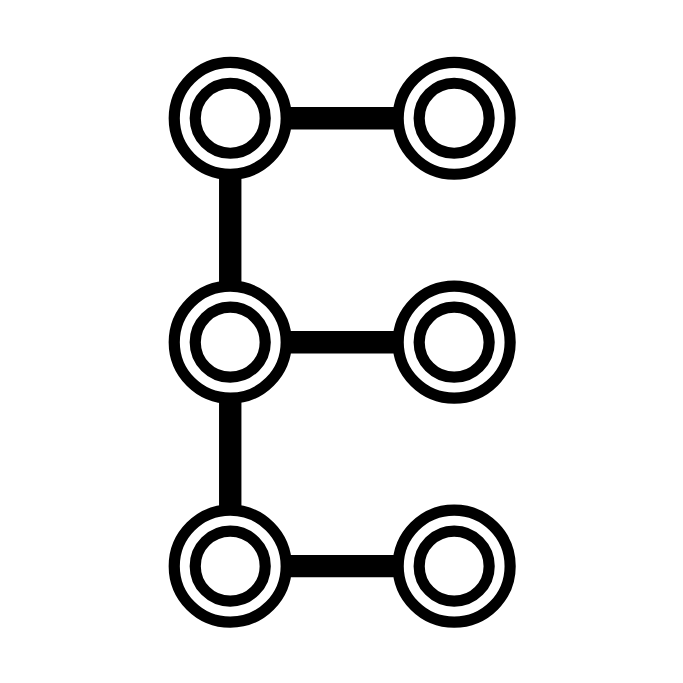
Above: docs/images/logo.drawio.svg in engula/engula (draw.io), before the change. Source tidied: cells renumbered, new cells last; positions are measured from the earlier drawing's top-left corner, leaving out a move shared by most shapes.
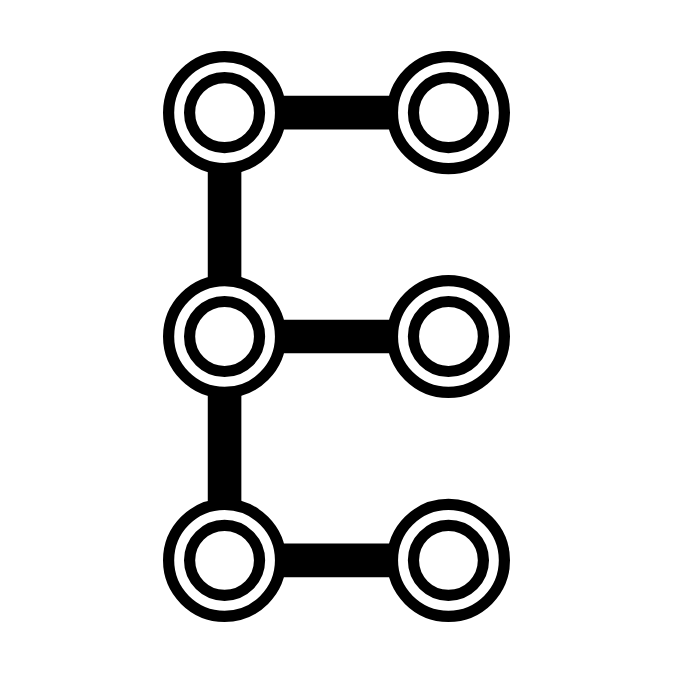
Later version of the same file.

Change to the diagram source:
```diff
@@ -2,62 +2,62 @@
   <root>
     <mxCell id="0" />
     <mxCell id="1" parent="0" />
-    <mxCell id="2" style="rounded=0;whiteSpace=wrap;html=1;shadow=0;strokeWidth=8;fillColor=#FFFFFF;strokeColor=none;" parent="1" vertex="1">
-      <mxGeometry width="480" height="480" as="geometry" />
-    </mxCell>
-    <mxCell id="3" style="group;" parent="1" vertex="1">
-      <mxGeometry x="120" y="40" width="240" height="400" as="geometry" />
-    </mxCell>
+    <mxCell id="21" style="group;" parent="1" vertex="1">
+      <mxGeometry x="80" width="240" height="400" as="geometry" />
+    </mxCell>
-    <mxCell id="4" style="ellipse;whiteSpace=wrap;html=1;strokeWidth=8;sketch=0;shadow=0;" parent="3" vertex="1">
+    <mxCell id="4" style="ellipse;whiteSpace=wrap;html=1;strokeWidth=8;sketch=0;shadow=0;" parent="21" vertex="1">
       <mxGeometry width="80" height="80" as="geometry" />
     </mxCell>
-    <mxCell id="5" style="ellipse;whiteSpace=wrap;html=1;fillColor=none;strokeWidth=8;sketch=0;shadow=0;" parent="3" vertex="1">
+    <mxCell id="5" style="ellipse;whiteSpace=wrap;html=1;fillColor=none;strokeWidth=8;sketch=0;shadow=0;" parent="21" vertex="1">
       <mxGeometry x="15" y="15" width="50" height="50" as="geometry" />
     </mxCell>
-    <mxCell id="6" style="ellipse;whiteSpace=wrap;html=1;strokeWidth=8;sketch=0;shadow=0;" parent="3" vertex="1">
+    <mxCell id="6" style="ellipse;whiteSpace=wrap;html=1;strokeWidth=8;sketch=0;shadow=0;" parent="21" vertex="1">
       <mxGeometry x="160" width="80" height="80" as="geometry" />
     </mxCell>
-    <mxCell id="7" style="edgeStyle=none;rounded=0;jettySize=auto;html=1;exitX=1;exitY=0.5;exitDx=0;exitDy=0;entryX=0;entryY=0.5;entryDx=0;entryDy=0;endArrow=none;endFill=0;strokeWidth=16;sketch=0;shadow=0;" parent="3" edge="1" source="4" target="6">
+    <mxCell id="7" style="edgeStyle=none;rounded=0;jettySize=auto;html=1;exitX=1;exitY=0.5;exitDx=0;exitDy=0;entryX=0;entryY=0.5;entryDx=0;entryDy=0;endArrow=none;endFill=0;strokeWidth=24;sketch=0;shadow=0;" parent="21" edge="1" source="4" target="6">
       <mxGeometry relative="1" as="geometry" />
     </mxCell>
-    <mxCell id="8" style="ellipse;whiteSpace=wrap;html=1;fillColor=none;strokeWidth=8;sketch=0;shadow=0;" parent="3" vertex="1">
+    <mxCell id="8" style="ellipse;whiteSpace=wrap;html=1;fillColor=none;strokeWidth=8;sketch=0;shadow=0;" parent="21" vertex="1">
       <mxGeometry x="175" y="15" width="50" height="50" as="geometry" />
     </mxCell>
-    <mxCell id="9" style="rounded=0;jettySize=auto;html=1;exitX=0.5;exitY=0;exitDx=0;exitDy=0;entryX=0.5;entryY=1;entryDx=0;entryDy=0;endArrow=none;endFill=0;strokeWidth=16;sketch=0;shadow=0;" parent="3" edge="1" source="10" target="4">
+    <mxCell id="9" style="rounded=0;jettySize=auto;html=1;exitX=0.5;exitY=0;exitDx=0;exitDy=0;entryX=0.5;entryY=1;entryDx=0;entryDy=0;endArrow=none;endFill=0;strokeWidth=24;sketch=0;shadow=0;" parent="21" edge="1" source="10" target="4">
       <mxGeometry relative="1" as="geometry" />
     </mxCell>
-    <mxCell id="10" style="ellipse;whiteSpace=wrap;html=1;strokeWidth=8;sketch=0;shadow=0;" parent="3" vertex="1">
+    <mxCell id="10" style="ellipse;whiteSpace=wrap;html=1;strokeWidth=8;sketch=0;shadow=0;" parent="21" vertex="1">
       <mxGeometry y="160" width="80" height="80" as="geometry" />
     </mxCell>
-    <mxCell id="11" style="ellipse;whiteSpace=wrap;html=1;fillColor=none;strokeWidth=8;sketch=0;shadow=0;" parent="3" vertex="1">
+    <mxCell id="11" style="ellipse;whiteSpace=wrap;html=1;fillColor=none;strokeWidth=8;sketch=0;shadow=0;" parent="21" vertex="1">
       <mxGeometry x="15" y="175" width="50" height="50" as="geometry" />
     </mxCell>
-    <mxCell id="12" style="ellipse;whiteSpace=wrap;html=1;strokeWidth=8;sketch=0;shadow=0;" parent="3" vertex="1">
+    <mxCell id="12" style="ellipse;whiteSpace=wrap;html=1;strokeWidth=8;sketch=0;shadow=0;" parent="21" vertex="1">
       <mxGeometry y="320" width="80" height="80" as="geometry" />
     </mxCell>
-    <mxCell id="13" style="edgeStyle=none;rounded=0;jettySize=auto;html=1;exitX=0.5;exitY=1;exitDx=0;exitDy=0;entryX=0.5;entryY=0;entryDx=0;entryDy=0;endArrow=none;endFill=0;strokeWidth=16;sketch=0;shadow=0;" parent="3" edge="1" source="10" target="12">
+    <mxCell id="13" style="edgeStyle=none;rounded=0;jettySize=auto;html=1;exitX=0.5;exitY=1;exitDx=0;exitDy=0;entryX=0.5;entryY=0;entryDx=0;entryDy=0;endArrow=none;endFill=0;strokeWidth=24;sketch=0;shadow=0;" parent="21" edge="1" source="10" target="12">
       <mxGeometry relative="1" as="geometry" />
     </mxCell>
-    <mxCell id="14" style="ellipse;whiteSpace=wrap;html=1;fillColor=none;strokeWidth=8;sketch=0;shadow=0;" parent="3" vertex="1">
+    <mxCell id="14" style="ellipse;whiteSpace=wrap;html=1;fillColor=none;strokeWidth=8;sketch=0;shadow=0;" parent="21" vertex="1">
       <mxGeometry x="15" y="335" width="50" height="50" as="geometry" />
     </mxCell>
-    <mxCell id="15" style="ellipse;whiteSpace=wrap;html=1;strokeWidth=8;sketch=0;shadow=0;" parent="3" vertex="1">
+    <mxCell id="15" style="ellipse;whiteSpace=wrap;html=1;strokeWidth=8;sketch=0;shadow=0;" parent="21" vertex="1">
       <mxGeometry x="160" y="320" width="80" height="80" as="geometry" />
     </mxCell>
-    <mxCell id="16" style="edgeStyle=none;rounded=0;jettySize=auto;html=1;exitX=1;exitY=0.5;exitDx=0;exitDy=0;entryX=0;entryY=0.5;entryDx=0;entryDy=0;endArrow=none;endFill=0;strokeWidth=16;sketch=0;shadow=0;" parent="3" edge="1" source="12" target="15">
+    <mxCell id="16" style="edgeStyle=none;rounded=0;jettySize=auto;html=1;exitX=1;exitY=0.5;exitDx=0;exitDy=0;entryX=0;entryY=0.5;entryDx=0;entryDy=0;endArrow=none;endFill=0;strokeWidth=24;sketch=0;shadow=0;" parent="21" edge="1" source="12" target="15">
       <mxGeometry relative="1" as="geometry" />
     </mxCell>
-    <mxCell id="17" style="ellipse;whiteSpace=wrap;html=1;fillColor=none;strokeWidth=8;sketch=0;shadow=0;" parent="3" vertex="1">
+    <mxCell id="17" style="ellipse;whiteSpace=wrap;html=1;fillColor=none;strokeWidth=8;sketch=0;shadow=0;" parent="21" vertex="1">
       <mxGeometry x="175" y="335" width="50" height="50" as="geometry" />
     </mxCell>
-    <mxCell id="18" style="ellipse;whiteSpace=wrap;html=1;strokeWidth=8;sketch=0;shadow=0;" parent="3" vertex="1">
+    <mxCell id="18" style="ellipse;whiteSpace=wrap;html=1;strokeWidth=8;sketch=0;shadow=0;" parent="21" vertex="1">
       <mxGeometry x="160" y="160" width="80" height="80" as="geometry" />
     </mxCell>
-    <mxCell id="19" style="edgeStyle=none;rounded=0;jettySize=auto;html=1;exitX=1;exitY=0.5;exitDx=0;exitDy=0;entryX=0;entryY=0.5;entryDx=0;entryDy=0;endArrow=none;endFill=0;strokeWidth=16;sketch=0;shadow=0;" parent="3" edge="1" source="10" target="18">
+    <mxCell id="19" style="edgeStyle=none;rounded=0;jettySize=auto;html=1;exitX=1;exitY=0.5;exitDx=0;exitDy=0;entryX=0;entryY=0.5;entryDx=0;entryDy=0;endArrow=none;endFill=0;strokeWidth=24;sketch=0;shadow=0;" parent="21" edge="1" source="10" target="18">
       <mxGeometry relative="1" as="geometry" />
     </mxCell>
-    <mxCell id="20" style="ellipse;whiteSpace=wrap;html=1;fillColor=none;strokeWidth=8;sketch=0;shadow=0;" parent="3" vertex="1">
+    <mxCell id="20" style="ellipse;whiteSpace=wrap;html=1;fillColor=none;strokeWidth=8;sketch=0;shadow=0;" parent="21" vertex="1">
       <mxGeometry x="175" y="175" width="50" height="50" as="geometry" />
     </mxCell>
+    <mxCell id="22" style="whiteSpace=wrap;html=1;strokeWidth=1;fillColor=none;strokeColor=none;" parent="1" vertex="1">
+      <mxGeometry x="-40" y="-40" width="480" height="480" as="geometry" />
+    </mxCell>
   </root>
 </mxGraphModel>
```
